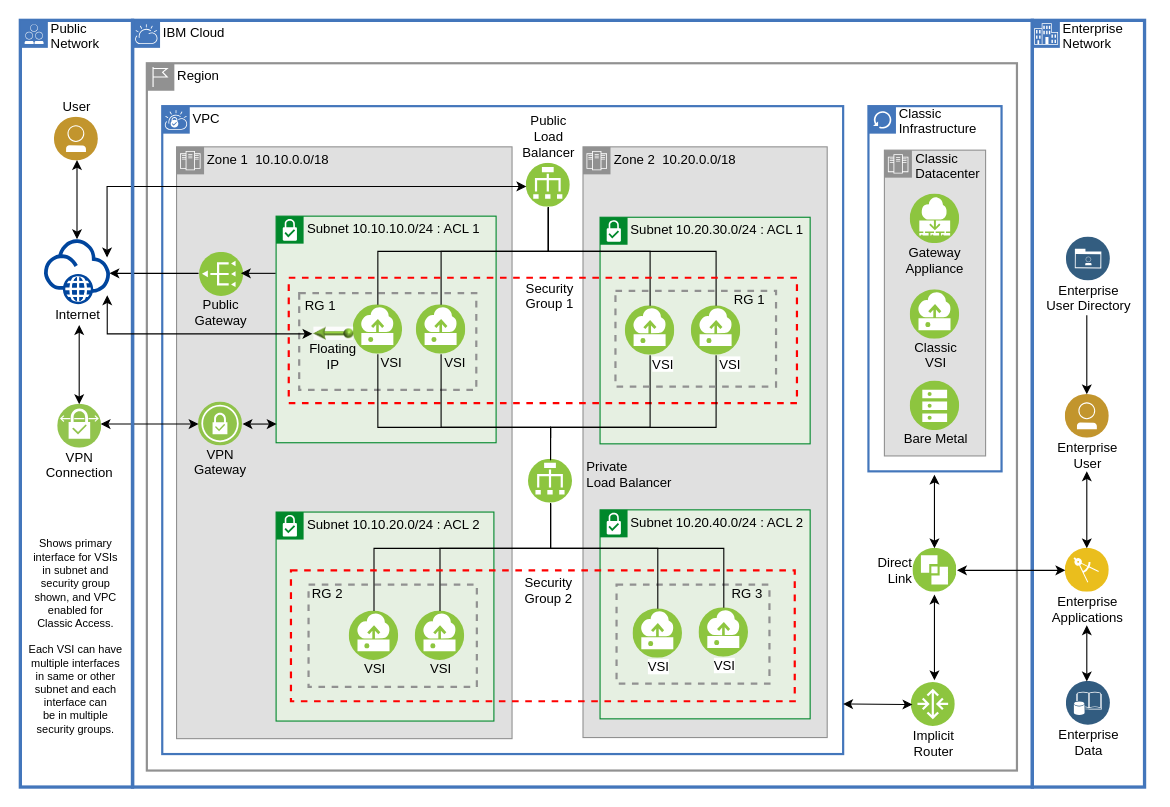
The draw.io diagram drawio/templates/ibm_vpc_architecture.drawio in ibm-cloud-architecture/ibm-cloud-stencils, before the edit. Source tidied: cells renumbered, new cells numbered last; positions are measured from the earlier drawing's top-left corner, leaving out a move shared by most shapes. Both pictures are drawn from the tidied source at 110%, with x=0, y=0 at pixel (20, 20).
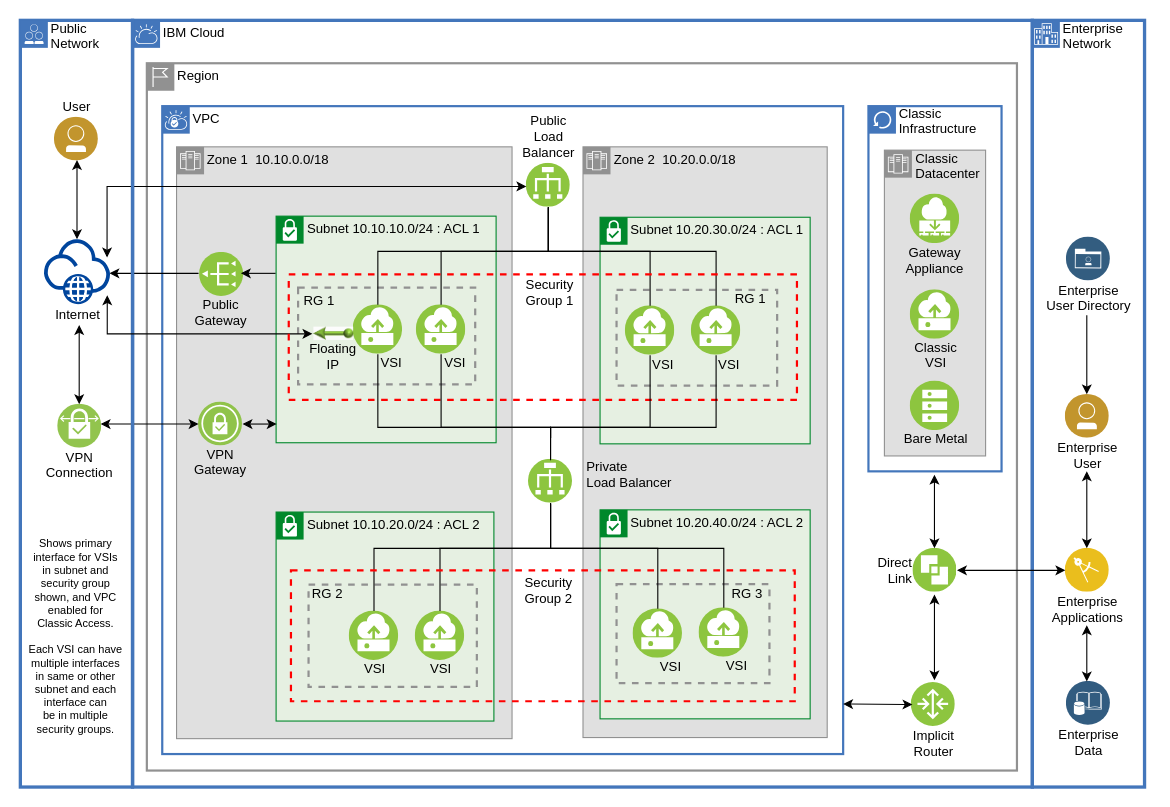
The same diagram, later.

Commit message (it also covers changes not shown here):
added 2 drawio templates for power and non-power

Unchanged cells that the change refers to:
```xml
<mxCell id="11" value="Subnet 10.20.40.0/24 : ACL 2" style="shape=mxgraph.ibm.box;prType=subnet;fontStyle=0;verticalAlign=top;align=left;spacingLeft=32;spacingTop=4;fillColor=#E6F0E2;rounded=0;whiteSpace=wrap;html=1;strokeColor=#00882B;strokeWidth=1;dashed=0;spacing=-4;" parent="10" vertex="1">
  <mxGeometry x="15.5" y="330" width="191" height="190" as="geometry" />
</mxCell>
<mxCell id="15" value="Subnet 10.20.30.0/24 : ACL 1" style="shape=mxgraph.ibm.box;prType=subnet;fontStyle=0;verticalAlign=top;align=left;spacingLeft=32;spacingTop=4;fillColor=#E6F0E2;rounded=0;whiteSpace=wrap;html=1;strokeColor=#00882B;strokeWidth=1;dashed=0;spacing=-4;" parent="10" vertex="1">
  <mxGeometry x="15.5" y="64" width="191" height="206" as="geometry" />
</mxCell>
<mxCell id="27" value="Subnet 10.10.10.0/24 : ACL 1" style="shape=mxgraph.ibm.box;prType=subnet;fontStyle=0;verticalAlign=top;align=left;spacingLeft=32;spacingTop=4;fillColor=#E6F0E2;rounded=0;whiteSpace=wrap;html=1;strokeColor=#00882B;strokeWidth=1;dashed=0;spacing=-4;" parent="20" vertex="1">
  <mxGeometry x="90.5" y="63" width="200" height="206" as="geometry" />
</mxCell>
```

What changed in the source:
```diff
@@
-    <mxCell id="12" value="VSI" style="perimeter=ellipsePerimeter;html=1;align=center;shadow=0;dashed=0;fontColor=#000000;labelBackgroundColor=none;fontSize=12;spacingTop=-6;image;image=img/lib/ibm/vpc/Instance.svg;" parent="11" vertex="1">
+    <mxCell id="12" value="VSI" style="perimeter=ellipsePerimeter;html=1;align=center;shadow=0;dashed=0;image;image=img/lib/ibm/vpc/Instance.svg;dashPattern=1 1;fontColor=#000000;fontSize=12;labelPosition=center;verticalLabelPosition=bottom;verticalAlign=top;imageBackground=none;labelBackgroundColor=none;spacingTop=-6;spacingLeft=23;" parent="11" vertex="1">
       <mxGeometry x="30" y="90" width="45" height="45" as="geometry" />
     </mxCell>
-    <mxCell id="13" value="VSI" style="perimeter=ellipsePerimeter;html=1;align=center;shadow=0;dashed=0;fontColor=#000000;labelBackgroundColor=none;fontSize=12;spacingTop=-6;image;image=img/lib/ibm/vpc/Instance.svg;" parent="11" vertex="1">
+    <mxCell id="13" value="VSI" style="perimeter=ellipsePerimeter;html=1;align=center;shadow=0;dashed=0;image;image=img/lib/ibm/vpc/Instance.svg;dashPattern=1 1;fontColor=#000000;fontSize=12;labelPosition=center;verticalLabelPosition=bottom;verticalAlign=top;imageBackground=none;labelBackgroundColor=none;spacingTop=-6;spacingLeft=23;" parent="11" vertex="1">
       <mxGeometry x="90" y="89" width="45" height="45" as="geometry" />
     </mxCell>
     <mxCell id="14" value="&lt;div&gt;RG 3&lt;/div&gt;" style="fontStyle=0;verticalAlign=top;align=center;spacingTop=-5;fillColor=none;rounded=0;whiteSpace=wrap;html=1;strokeColor=#919191;strokeWidth=2;dashed=1;spacingLeft=99;" parent="11" vertex="1">
-      <mxGeometry x="15" y="68" width="139" height="90" as="geometry" />
+      <mxGeometry x="15" y="67.5" width="139" height="90" as="geometry" />
     </mxCell>
@@
-    <mxCell id="16" value="VSI" style="perimeter=ellipsePerimeter;html=1;align=center;shadow=0;dashed=0;fontColor=#000000;labelBackgroundColor=none;fontSize=12;spacingTop=-6;image;image=img/lib/ibm/vpc/Instance.svg;spacingLeft=23;" parent="15" vertex="1">
+    <mxCell id="16" value="VSI" style="perimeter=ellipsePerimeter;html=1;align=center;shadow=0;dashed=0;image;image=img/lib/ibm/vpc/Instance.svg;dashPattern=1 1;fontColor=#000000;fontSize=12;labelPosition=center;verticalLabelPosition=bottom;verticalAlign=top;imageBackground=none;labelBackgroundColor=none;spacingTop=-6;spacingLeft=23;" parent="15" vertex="1">
       <mxGeometry x="23" y="80.5" width="45" height="45" as="geometry" />
     </mxCell>
-    <mxCell id="17" value="VSI" style="perimeter=ellipsePerimeter;html=1;align=center;shadow=0;dashed=0;fontColor=#000000;labelBackgroundColor=none;fontSize=12;spacingTop=-6;image;image=img/lib/ibm/vpc/Instance.svg;spacingLeft=24;" parent="15" vertex="1">
+    <mxCell id="17" value="VSI" style="perimeter=ellipsePerimeter;html=1;align=center;shadow=0;dashed=0;image;image=img/lib/ibm/vpc/Instance.svg;dashPattern=1 1;fontColor=#000000;fontSize=12;labelPosition=center;verticalLabelPosition=bottom;verticalAlign=top;imageBackground=none;labelBackgroundColor=none;spacingTop=-6;spacingLeft=23;" parent="15" vertex="1">
       <mxGeometry x="83" y="80.5" width="45" height="45" as="geometry" />
     </mxCell>
+    <mxCell id="73" value="RG 1" style="fontStyle=0;verticalAlign=top;align=center;spacingTop=-6;fillColor=none;rounded=0;whiteSpace=wrap;html=1;strokeColor=#919191;strokeWidth=2;dashed=1;spacingLeft=98;spacingBottom=0;" parent="15" vertex="1">
+      <mxGeometry x="15" y="66" width="146" height="87" as="geometry" />
+    </mxCell>
@@
     <mxCell id="32" value="RG 1" style="fontStyle=0;verticalAlign=top;align=center;spacingTop=-2;fillColor=none;rounded=0;whiteSpace=wrap;html=1;strokeColor=#919191;strokeWidth=2;dashed=1;spacingLeft=-123;" parent="27" vertex="1">
-      <mxGeometry x="21" y="70" width="161" height="88" as="geometry" />
+      <mxGeometry x="20" y="65" width="161" height="88" as="geometry" />
     </mxCell>
@@
     <mxCell id="69" value="&lt;div&gt;Security &lt;br&gt;&lt;/div&gt;&lt;div&gt;Group 1&lt;br&gt;&lt;/div&gt;" style="fontStyle=0;verticalAlign=top;align=center;spacingTop=-4;fillColor=none;rounded=0;whiteSpace=wrap;html=1;strokeColor=#FF0000;strokeWidth=2;dashed=1;spacingLeft=13;" parent="1" vertex="1">
-      <mxGeometry x="244" y="234" width="462" height="114" as="geometry" />
+      <mxGeometry x="244" y="231" width="462" height="114" as="geometry" />
     </mxCell>
@@
-    <mxCell id="73" value="RG 1" style="fontStyle=0;verticalAlign=top;align=center;spacingTop=-6;fillColor=none;rounded=0;whiteSpace=wrap;html=1;strokeColor=#919191;strokeWidth=2;dashed=1;spacingLeft=98;spacingBottom=0;" parent="1" vertex="1">
-      <mxGeometry x="541" y="246" width="146" height="87" as="geometry" />
-    </mxCell>
```
